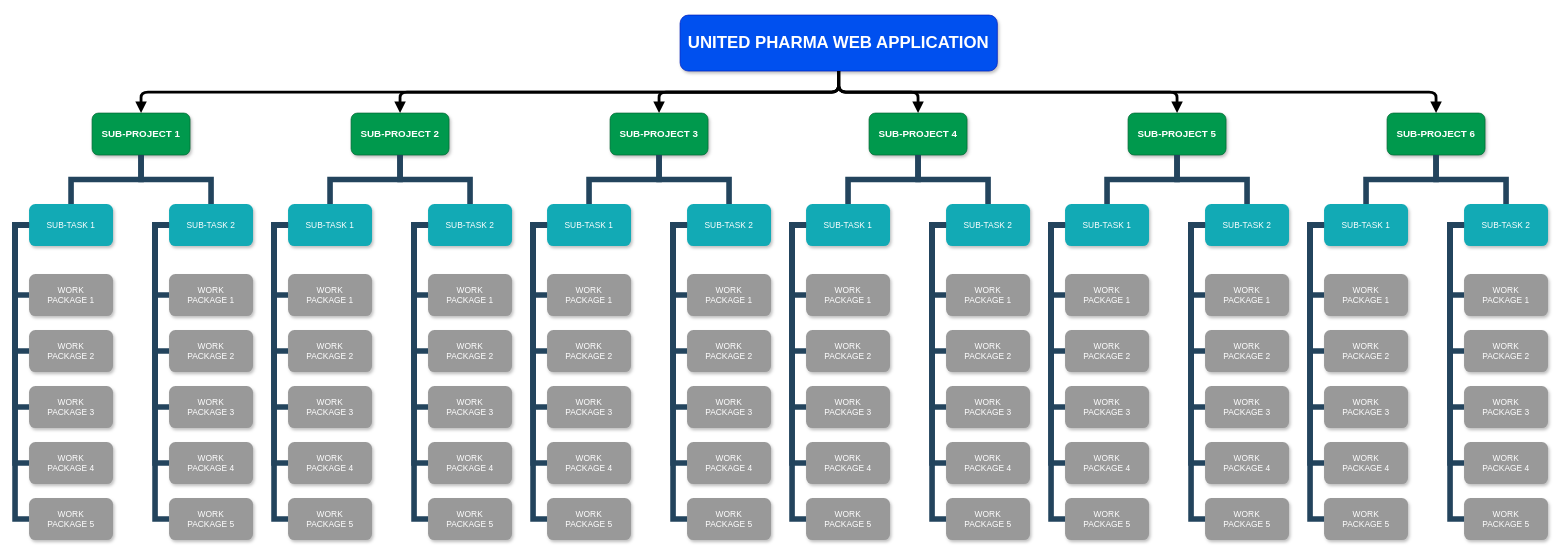
This is wbs.drawio from mashihimasha/UPW_Diagrams, a draw.io file, before an edit. Source tidied: cells renumbered, new cells numbered last; positions are measured from the earlier drawing's top-left corner, leaving out a move shared by most shapes. Both pictures are drawn from the tidied source at 70%, with x=0, y=0 at pixel (15, 15).
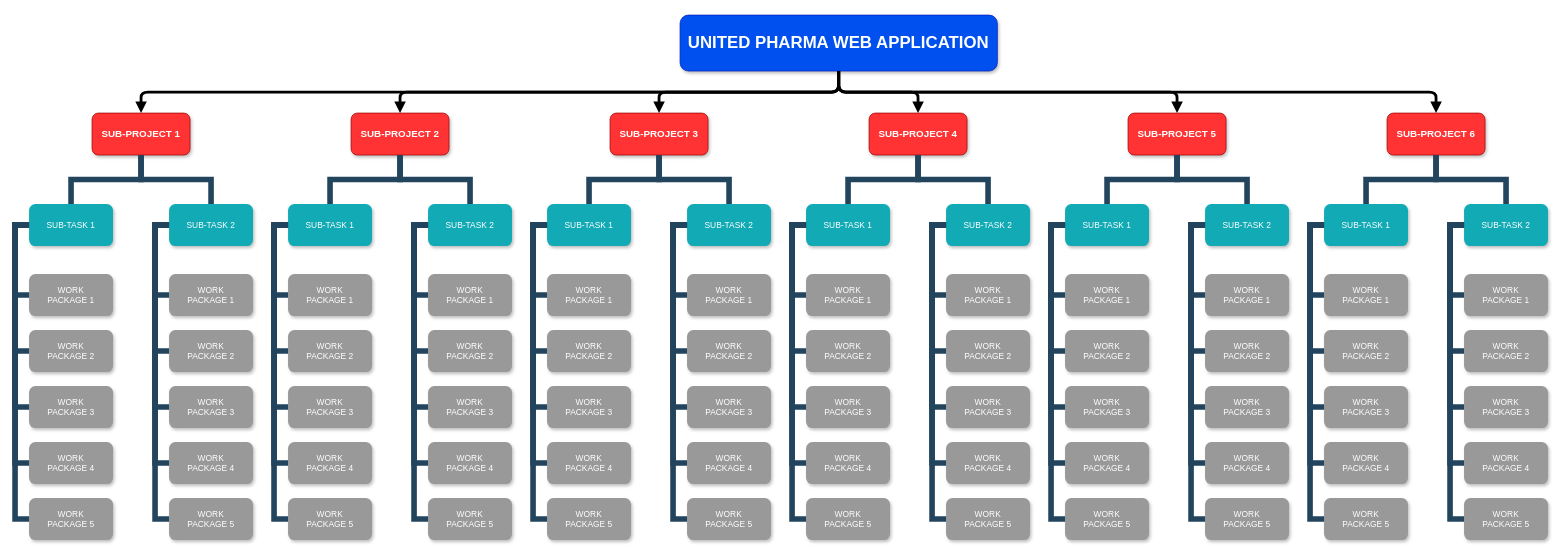
Above is the later version.

Diff of the diagram source:
```diff
@@
-    <mxCell id="3" value="SUB-PROJECT 1" style="whiteSpace=wrap;rounded=1;shadow=1;fontStyle=1;fontSize=14;fillColor=#00994D;strokeColor=#006633;fontColor=#FFFFFF;" parent="1" vertex="1">
+    <mxCell id="3" value="SUB-PROJECT 1" style="whiteSpace=wrap;rounded=1;shadow=1;fontStyle=1;fontSize=14;fillColor=#FF3333;strokeColor=#990000;fontColor=#FFFFFF;" parent="1" vertex="1">
       <mxGeometry x="110" y="140" width="140" height="60" as="geometry" />
     </mxCell>
-    <mxCell id="4" value="SUB-PROJECT 2" style="whiteSpace=wrap;rounded=1;shadow=1;fontStyle=1;fontSize=14;fillColor=#00994D;strokeColor=#006633;fontColor=#FFFFFF;" parent="1" vertex="1">
+    <mxCell id="4" value="SUB-PROJECT 2" style="whiteSpace=wrap;rounded=1;shadow=1;fontStyle=1;fontSize=14;fillColor=#FF3333;strokeColor=#990000;fontColor=#FFFFFF;" parent="1" vertex="1">
       <mxGeometry x="480" y="140" width="140" height="60" as="geometry" />
     </mxCell>
-    <mxCell id="5" value="SUB-PROJECT 6" style="whiteSpace=wrap;rounded=1;shadow=1;fontStyle=1;fontSize=14;fillColor=#00994D;strokeColor=#006633;fontColor=#FFFFFF;" parent="1" vertex="1">
+    <mxCell id="5" value="SUB-PROJECT 6" style="whiteSpace=wrap;rounded=1;shadow=1;fontStyle=1;fontSize=14;fillColor=#FF3333;strokeColor=#990000;fontColor=#FFFFFF;" parent="1" vertex="1">
       <mxGeometry x="1960" y="140" width="140" height="60" as="geometry" />
     </mxCell>
-    <mxCell id="6" value="SUB-PROJECT 3" style="whiteSpace=wrap;rounded=1;shadow=1;fontStyle=1;fontSize=14;fillColor=#00994D;strokeColor=#006633;fontColor=#FFFFFF;" parent="1" vertex="1">
+    <mxCell id="6" value="SUB-PROJECT 3" style="whiteSpace=wrap;rounded=1;shadow=1;fontStyle=1;fontSize=14;fillColor=#FF3333;strokeColor=#990000;fontColor=#FFFFFF;" parent="1" vertex="1">
       <mxGeometry x="850" y="140" width="140" height="60" as="geometry" />
     </mxCell>
-    <mxCell id="7" value="SUB-PROJECT 4" style="whiteSpace=wrap;rounded=1;shadow=1;fontStyle=1;fontSize=14;fillColor=#00994D;strokeColor=#006633;fontColor=#FFFFFF;" parent="1" vertex="1">
+    <mxCell id="7" value="SUB-PROJECT 4" style="whiteSpace=wrap;rounded=1;shadow=1;fontStyle=1;fontSize=14;fillColor=#FF3333;strokeColor=#990000;fontColor=#FFFFFF;" parent="1" vertex="1">
       <mxGeometry x="1220" y="140" width="140" height="60" as="geometry" />
     </mxCell>
-    <mxCell id="8" value="SUB-PROJECT 5" style="whiteSpace=wrap;rounded=1;shadow=1;fontStyle=1;fontSize=14;fillColor=#00994D;strokeColor=#006633;fontColor=#FFFFFF;" parent="1" vertex="1">
+    <mxCell id="8" value="SUB-PROJECT 5" style="whiteSpace=wrap;rounded=1;shadow=1;fontStyle=1;fontSize=14;fillColor=#FF3333;strokeColor=#990000;fontColor=#FFFFFF;" parent="1" vertex="1">
       <mxGeometry x="1590" y="140" width="140" height="60" as="geometry" />
     </mxCell>
```
